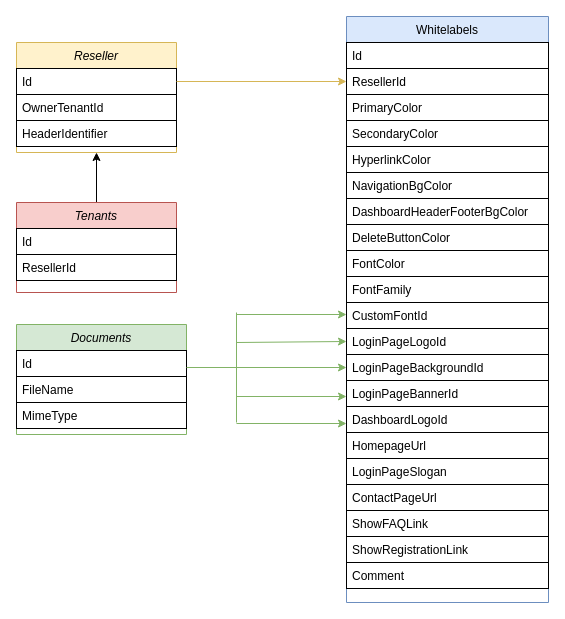
Before: Unbenanntes Diagramm.drawio in sahar2550/.Net, a draw.io diagram. Source tidied: cells renumbered, new cells numbered last; positions are measured from the earlier drawing's top-left corner, leaving out a move shared by most shapes. Both pictures are drawn from the tidied source at 100%, with x=0, y=0 at pixel (16, 16).
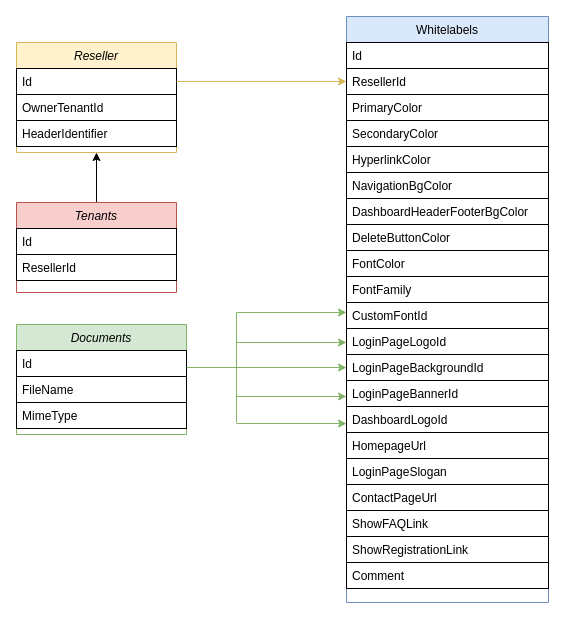
Above is the later version.

Unchanged cells that the change refers to:
```xml
<mxCell id="18" value="LoginPageLogoId" style="text;align=left;verticalAlign=top;spacingLeft=4;spacingRight=4;overflow=hidden;points=[[0,0.5],[1,0.5]];portConstraint=eastwest;rounded=0;shadow=0;html=0;strokeColor=default;" parent="6" vertex="1">
  <mxGeometry y="312" width="202" height="26" as="geometry" />
</mxCell>
```

Change to the diagram source:
```diff
@@
     <mxCell id="38" style="endArrow=classic;html=1;rounded=0;entryX=0;entryY=0.5;entryDx=0;entryDy=0;entryPerimeter=0;fillColor=#d5e8d4;strokeColor=#82b366;" parent="1" edge="1">
       <mxGeometry relative="1" as="geometry">
-        <mxPoint x="220" y="298" as="sourcePoint" />
-        <mxPoint x="330" y="298" as="targetPoint" />
+        <mxPoint x="220" y="296" as="sourcePoint" />
+        <mxPoint x="330" y="296" as="targetPoint" />
       </mxGeometry>
     </mxCell>
-    <mxCell id="39" style="endArrow=classic;html=1;rounded=0;entryX=0;entryY=0.5;entryDx=0;entryDy=0;fillColor=#d5e8d4;strokeColor=#82b366;" parent="1" edge="1" target="18">
-      <mxGeometry relative="1" as="geometry">
-        <mxPoint x="220" y="326" as="sourcePoint" />
-      </mxGeometry>
-    </mxCell>
@@
+    <mxCell id="44" style="endArrow=classic;html=1;rounded=0;fillColor=#d5e8d4;strokeColor=#82b366;" parent="1" edge="1">
+      <mxGeometry relative="1" as="geometry">
+        <mxPoint x="220" y="326" as="sourcePoint" />
+        <mxPoint x="330" y="326" as="targetPoint" />
+      </mxGeometry>
+    </mxCell>
```
